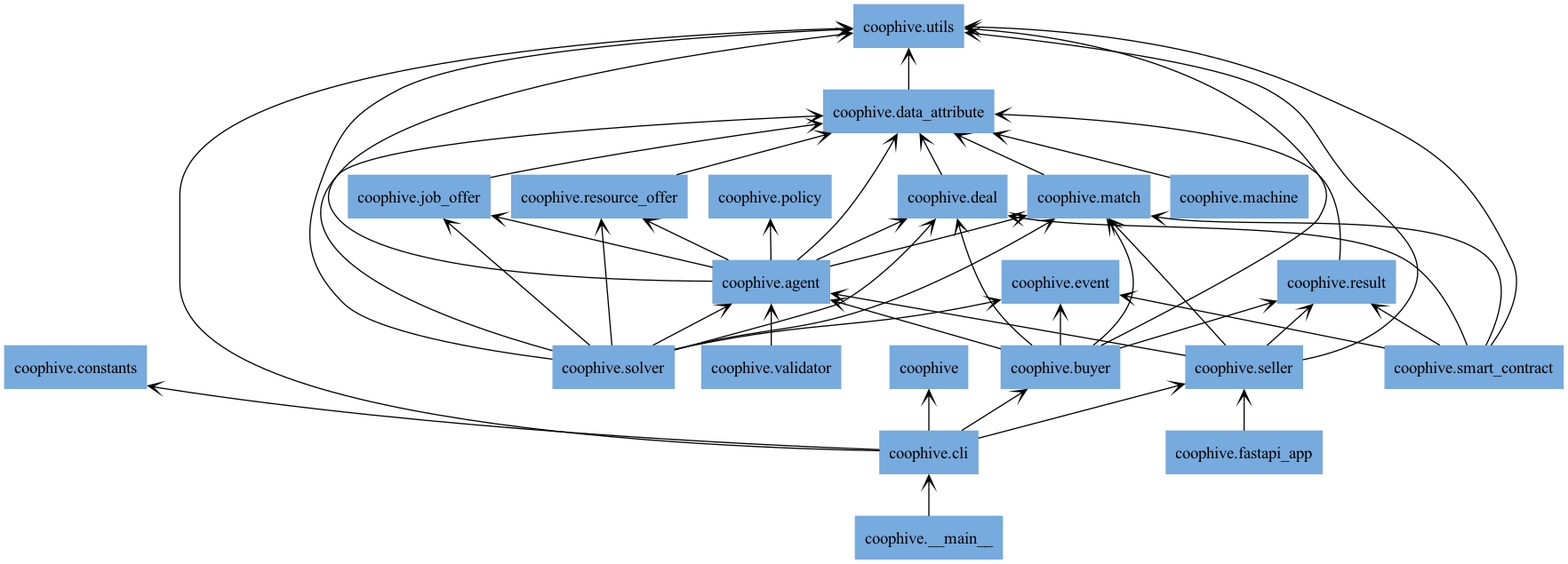
The Graphviz diagram docs/img/packages_coophive.png in CoopHive/Apiary, before a commit. Its source is kept beside it as docs/img/packages_coophive.dot.
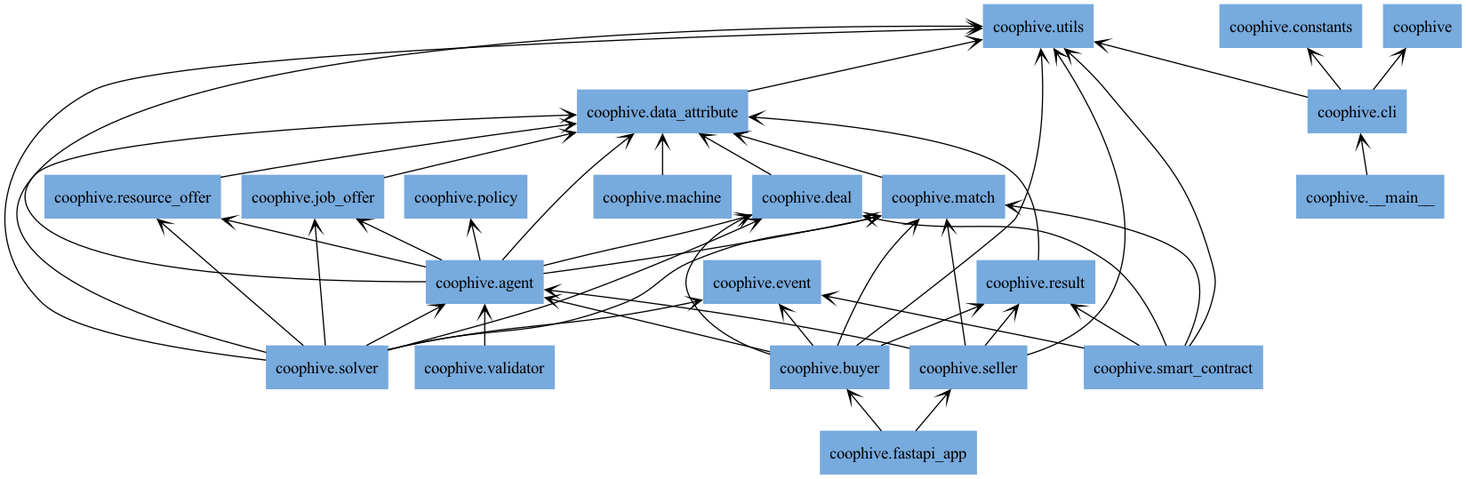
After the commit.

The edit, as a diff of the source:
```diff
@@ -37,12 +37,11 @@
 "coophive.buyer" -> "coophive.result" [arrowhead="open", arrowtail="none"];
 "coophive.buyer" -> "coophive.utils" [arrowhead="open", arrowtail="none"];
 "coophive.cli" -> "coophive" [arrowhead="open", arrowtail="none"];
-"coophive.cli" -> "coophive.buyer" [arrowhead="open", arrowtail="none"];
 "coophive.cli" -> "coophive.constants" [arrowhead="open", arrowtail="none"];
-"coophive.cli" -> "coophive.seller" [arrowhead="open", arrowtail="none"];
 "coophive.cli" -> "coophive.utils" [arrowhead="open", arrowtail="none"];
 "coophive.data_attribute" -> "coophive.utils" [arrowhead="open", arrowtail="none"];
 "coophive.deal" -> "coophive.data_attribute" [arrowhead="open", arrowtail="none"];
+"coophive.fastapi_app" -> "coophive.buyer" [arrowhead="open", arrowtail="none"];
 "coophive.fastapi_app" -> "coophive.seller" [arrowhead="open", arrowtail="none"];
 "coophive.job_offer" -> "coophive.data_attribute" [arrowhead="open", arrowtail="none"];
 "coophive.machine" -> "coophive.data_attribute" [arrowhead="open", arrowtail="none"];
```
